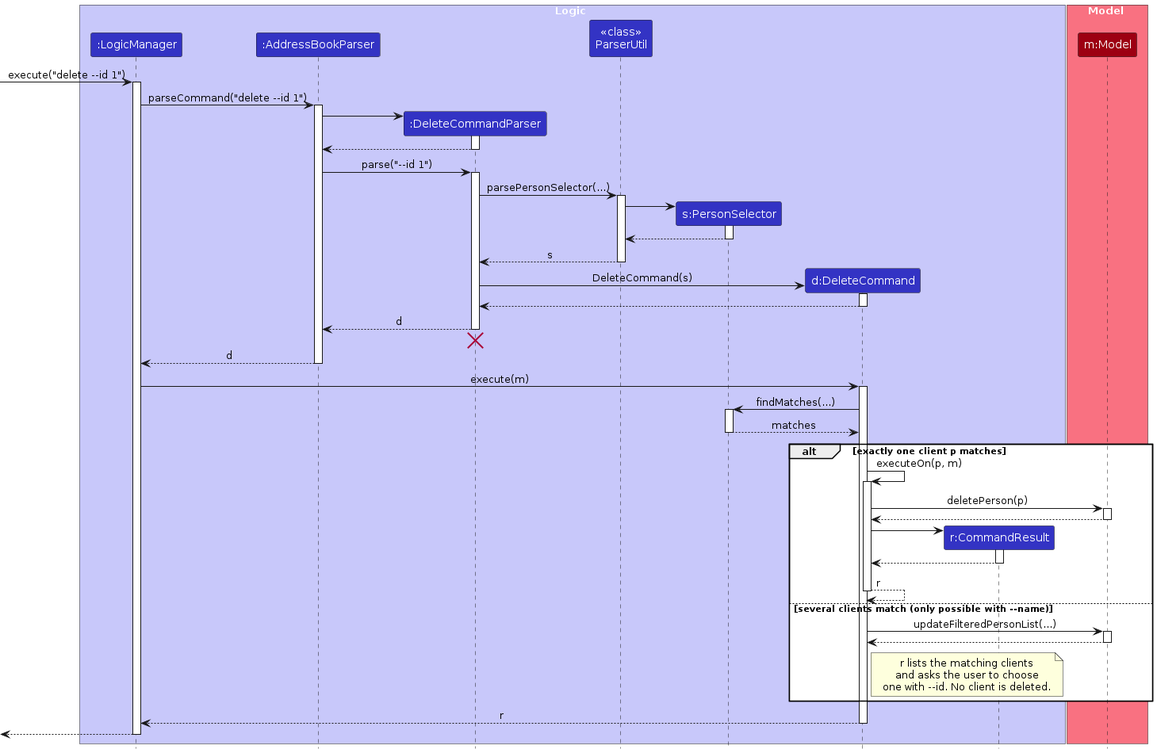
AY2627S1-CS2103T-T15-1/tp keeps this PlantUML diagram as diagrams/DeleteSequenceDiagram.png. Above is the earlier version. Its source is kept beside it as diagrams/DeleteSequenceDiagram.puml. Source of this version:
```plantuml
@startuml
!include style.puml
skinparam ArrowFontStyle plain

box Logic LOGIC_COLOR_T1
participant ":LogicManager" as LogicManager LOGIC_COLOR
participant ":AddressBookParser" as AddressBookParser LOGIC_COLOR
participant ":DeleteCommandParser" as DeleteCommandParser LOGIC_COLOR
participant "<<class>>\nParserUtil" as ParserUtil LOGIC_COLOR
participant "s:PersonSelector" as PersonSelector LOGIC_COLOR
participant "d:DeleteCommand" as DeleteCommand LOGIC_COLOR
participant "r:CommandResult" as CommandResult LOGIC_COLOR
end box

box Model MODEL_COLOR_T1
participant "m:Model" as Model MODEL_COLOR
end box

[-> LogicManager : execute("delete --id 1")
activate LogicManager

LogicManager -> AddressBookParser : parseCommand("delete --id 1")
activate AddressBookParser

create DeleteCommandParser
AddressBookParser -> DeleteCommandParser
activate DeleteCommandParser

DeleteCommandParser --> AddressBookParser
deactivate DeleteCommandParser

AddressBookParser -> DeleteCommandParser : parse("--id 1")
activate DeleteCommandParser

DeleteCommandParser -> ParserUtil : parsePersonSelector(...)
activate ParserUtil

create PersonSelector
ParserUtil -> PersonSelector
activate PersonSelector

PersonSelector --> ParserUtil
deactivate PersonSelector

ParserUtil --> DeleteCommandParser : s
deactivate ParserUtil

create DeleteCommand
DeleteCommandParser -> DeleteCommand : DeleteCommand(s)
activate DeleteCommand

DeleteCommand --> DeleteCommandParser
deactivate DeleteCommand

DeleteCommandParser --> AddressBookParser : d
deactivate DeleteCommandParser
DeleteCommandParser -[hidden]-> AddressBookParser
destroy DeleteCommandParser

AddressBookParser --> LogicManager : d
deactivate AddressBookParser

LogicManager -> DeleteCommand : execute(m)
activate DeleteCommand

DeleteCommand -> PersonSelector : findMatches(...)
activate PersonSelector

PersonSelector --> DeleteCommand : matches
deactivate PersonSelector

alt exactly one client p matches

    DeleteCommand -> DeleteCommand : executeOn(p, m)
    activate DeleteCommand

    DeleteCommand -> Model : deletePerson(p)
    activate Model

    Model --> DeleteCommand
    deactivate Model

    create CommandResult
    DeleteCommand -> CommandResult
    activate CommandResult

    CommandResult --> DeleteCommand
    deactivate CommandResult

    DeleteCommand --> DeleteCommand : r
    deactivate DeleteCommand

else several clients match (only possible with --name)

    DeleteCommand -> Model : updateFilteredPersonList(...)
    activate Model

    Model --> DeleteCommand
    deactivate Model

    note right of DeleteCommand
        r lists the matching clients
        and asks the user to choose
        one with --id. No client is deleted.
    end note

end

DeleteCommand --> LogicManager : r
deactivate DeleteCommand

[<--LogicManager
deactivate LogicManager
@enduml
```
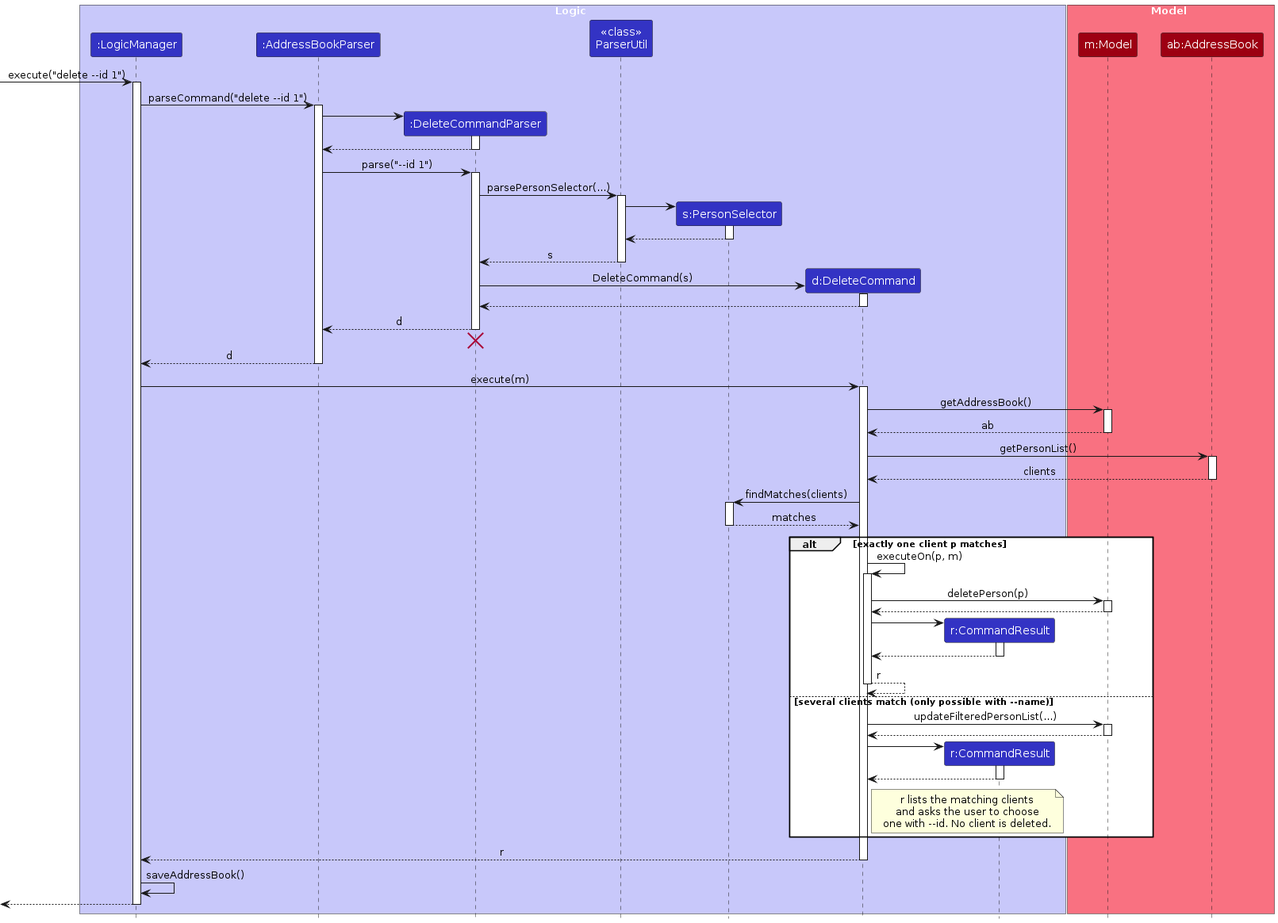
After the change.

Diff of the diagram source:
```diff
@@ -14,6 +14,7 @@
 
 box Model MODEL_COLOR_T1
 participant "m:Model" as Model MODEL_COLOR
+participant "ab:AddressBook" as AddressBook MODEL_COLOR
 end box
 
 [-> LogicManager : execute("delete --id 1")
@@ -63,7 +64,19 @@
 LogicManager -> DeleteCommand : execute(m)
 activate DeleteCommand
 
-DeleteCommand -> PersonSelector : findMatches(...)
+DeleteCommand -> Model : getAddressBook()
+activate Model
+
+Model --> DeleteCommand : ab
+deactivate Model
+
+DeleteCommand -> AddressBook : getPersonList()
+activate AddressBook
+
+AddressBook --> DeleteCommand : clients
+deactivate AddressBook
+
+DeleteCommand -> PersonSelector : findMatches(clients)
 activate PersonSelector
 
 PersonSelector --> DeleteCommand : matches
@@ -98,6 +111,13 @@
     Model --> DeleteCommand
     deactivate Model
 
+    create CommandResult
+    DeleteCommand -> CommandResult
+    activate CommandResult
+
+    CommandResult --> DeleteCommand
+    deactivate CommandResult
+
     note right of DeleteCommand
         r lists the matching clients
         and asks the user to choose
@@ -109,6 +129,8 @@
 DeleteCommand --> LogicManager : r
 deactivate DeleteCommand
 
+LogicManager -> LogicManager : saveAddressBook()
+
 [<--LogicManager
 deactivate LogicManager
 @enduml
```
